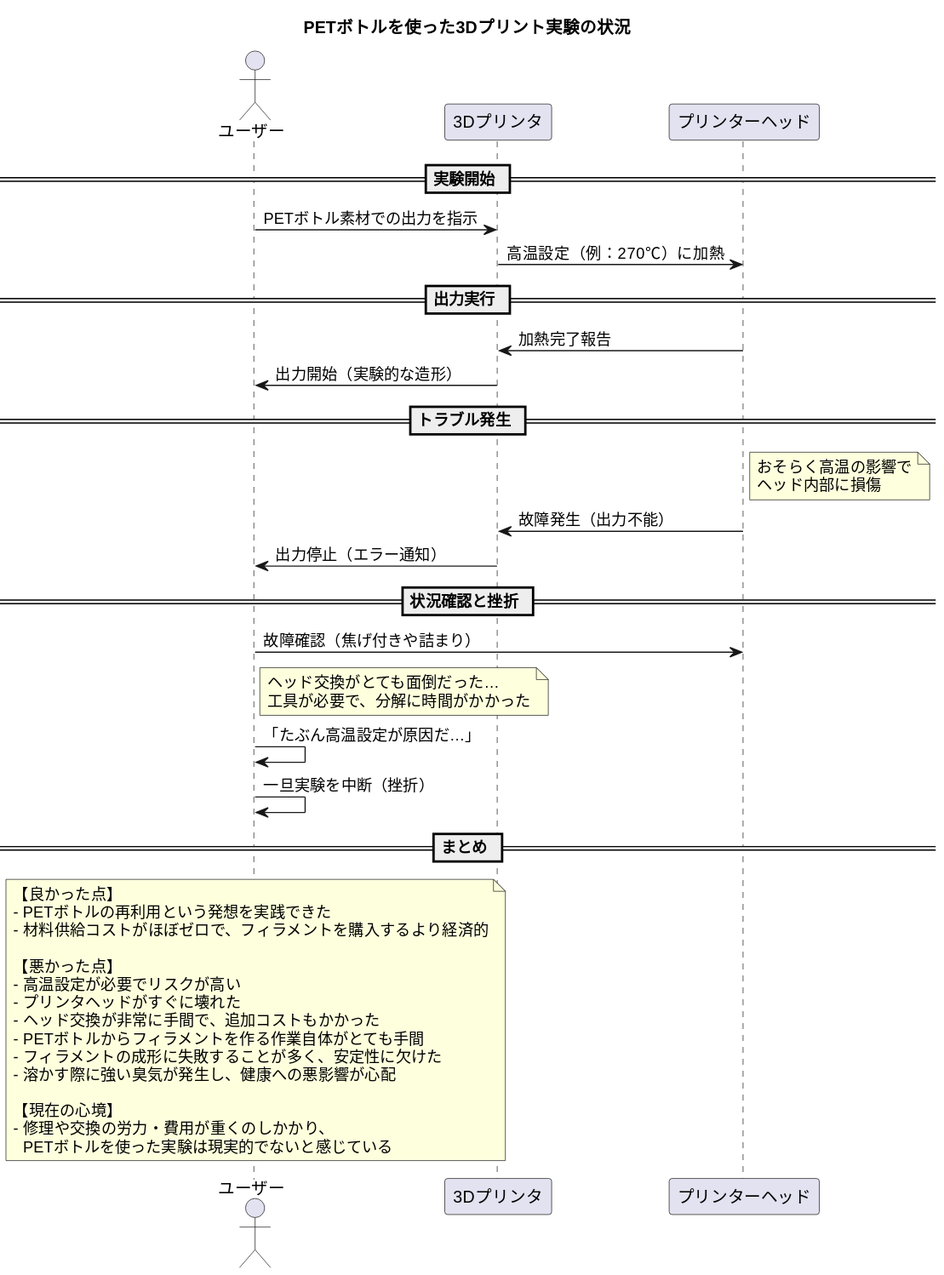
Above: out/3dprinter_genzyou1-1.svg in coacoa/images (PlantUML), before the change. The source it was exported from:
```plantuml
@startuml
title PETボトルを使った3Dプリント実験の状況

actor User as "ユーザー"
participant "3Dプリンタ" as Printer
participant "プリンターヘッド" as Head

== 実験開始 ==
User -> Printer : PETボトル素材での出力を指示
Printer -> Head : 高温設定（例：270℃）に加熱

== 出力実行 ==
Head -> Printer : 加熱完了報告
Printer -> User : 出力開始（実験的な造形）

== トラブル発生 ==
note right of Head
 おそらく高温の影響で
 ヘッド内部に損傷
end note
Head -> Printer : 故障発生（出力不能）
Printer -> User : 出力停止（エラー通知）

== 状況確認と挫折 ==
User -> Head : 故障確認（焦げ付きや詰まり）
note right of User
 ヘッド交換がとても面倒だった…
 工具が必要で、分解に時間がかかった
end note
User -> User : 「たぶん高温設定が原因だ…」
User -> User : 一旦実験を中断（挫折）

== まとめ ==
note over User
【良かった点】
- PETボトルの再利用という発想を実践できた
- 材料供給コストがほぼゼロで、フィラメントを購入するより経済的

【悪かった点】
- 高温設定が必要でリスクが高い
- プリンタヘッドがすぐに壊れた
- ヘッド交換が非常に手間で、追加コストもかかった
- PETボトルからフィラメントを作る作業自体がとても手間
- フィラメントの成形に失敗することが多く、安定性に欠けた
- 溶かす際に強い臭気が発生し、健康への悪影響が心配

【現在の心境】
- 修理や交換の労力・費用が重くのしかかり、
  PETボトルを使った実験は現実的でないと感じている
end note
@enduml
```
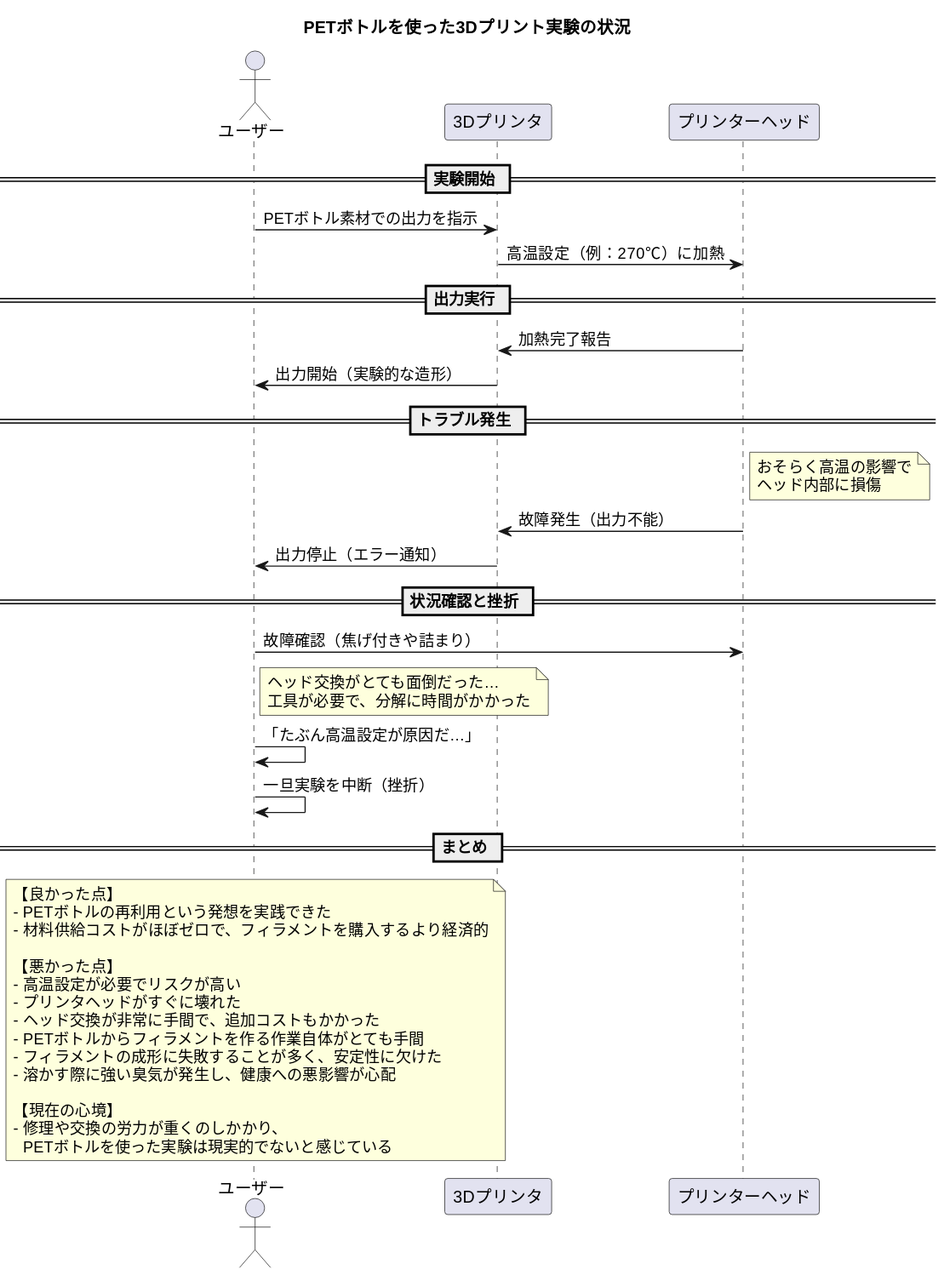
After the commit.

Commit message:
tohoho ga tuduku

Change to the diagram source:
```diff
@@ -45,7 +45,7 @@
 - 溶かす際に強い臭気が発生し、健康への悪影響が心配
 
 【現在の心境】
-- 修理や交換の労力・費用が重くのしかかり、
+- 修理や交換の労力が重くのしかかり、
   PETボトルを使った実験は現実的でないと感じている
 end note
 @enduml
```
